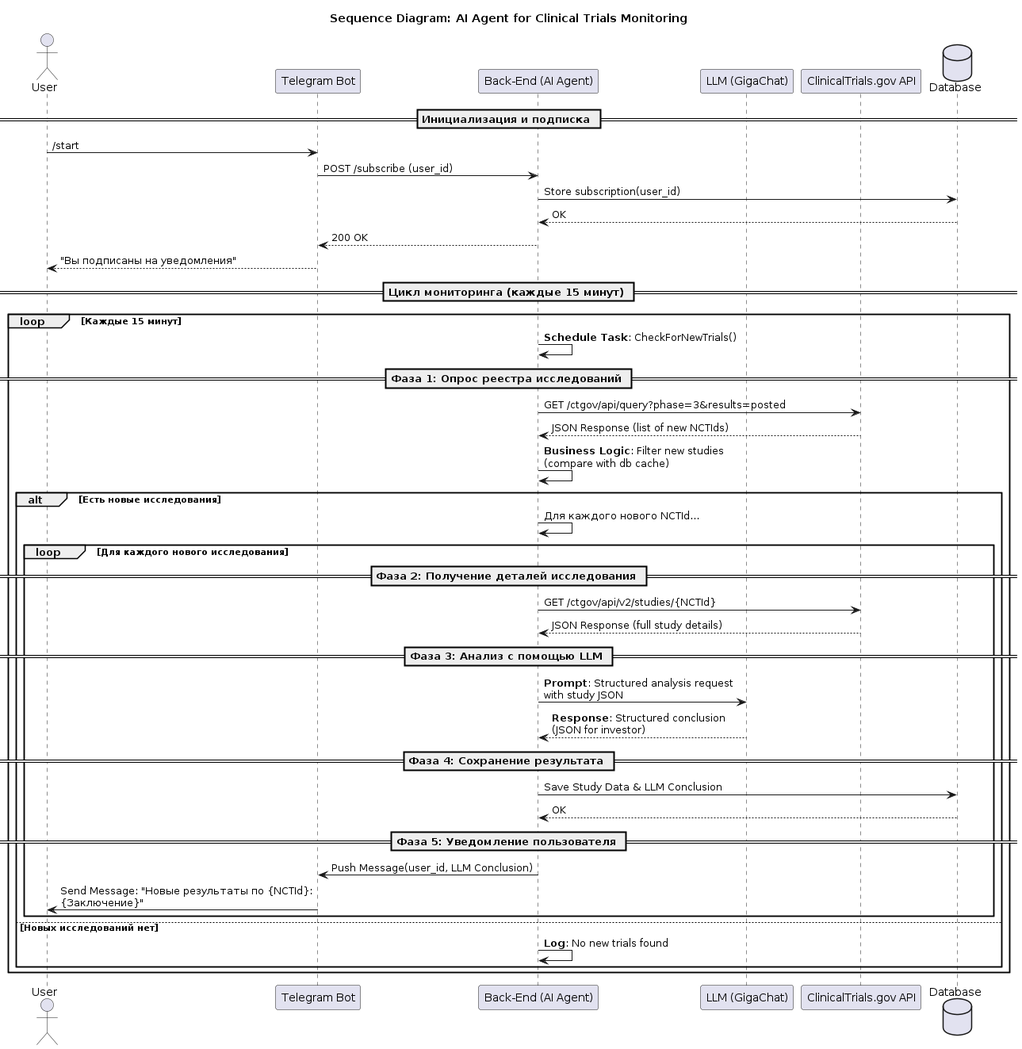
Earlier version of the PlantUML export Волчугин_Денис/sequence_CT_gov_agent.png (patolog123/Analyst-3.0). Its diagram source:
```plantuml
@startuml
title Sequence Diagram: AI Agent for Clinical Trials Monitoring
actor User as user
participant "Telegram Bot" as bot
participant "Back-End (AI Agent)" as backend
participant "LLM (GigaChat)" as llm
participant "ClinicalTrials.gov API" as ct_api
database "Database" as db

== Инициализация и подписка ==

user -> bot: /start
bot -> backend: POST /subscribe (user_id)
backend -> db: Store subscription(user_id)
db --> backend: OK
backend --> bot: 200 OK
bot --> user: "Вы подписаны на уведомления"

== Цикл мониторинга (каждые 15 минут) ==

loop Каждые 15 минут
    backend -> backend: **Schedule Task**: CheckForNewTrials()

    == Фаза 1: Опрос реестра исследований ==

    backend -> ct_api: GET /ctgov/api/query?phase=3&results=posted
    ct_api --> backend: JSON Response (list of new NCTIds)

    backend -> backend: **Business Logic**: Filter new studies\n(compare with db cache)

    alt Есть новые исследования
        backend -> backend: Для каждого нового NCTId...

        loop Для каждого нового исследования
            == Фаза 2: Получение деталей исследования ==
            backend -> ct_api: GET /ctgov/api/v2/studies/{NCTId}
            ct_api --> backend: JSON Response (full study details)

            == Фаза 3: Анализ с помощью LLM ==
            backend -> llm: **Prompt**: Structured analysis request\nwith study JSON
            llm --> backend: **Response**: Structured conclusion\n(JSON for investor)

            == Фаза 4: Сохранение результата ==
            backend -> db: Save Study Data & LLM Conclusion
            db --> backend: OK

            == Фаза 5: Уведомление пользователя ==
            backend -> bot: Push Message(user_id, LLM Conclusion)
            bot -> user: Send Message: "Новые результаты по {NCTId}:\n{Заключение}"
        end

    else Новых исследований нет
        backend -> backend: **Log**: No new trials found
    end

end

@enduml
```
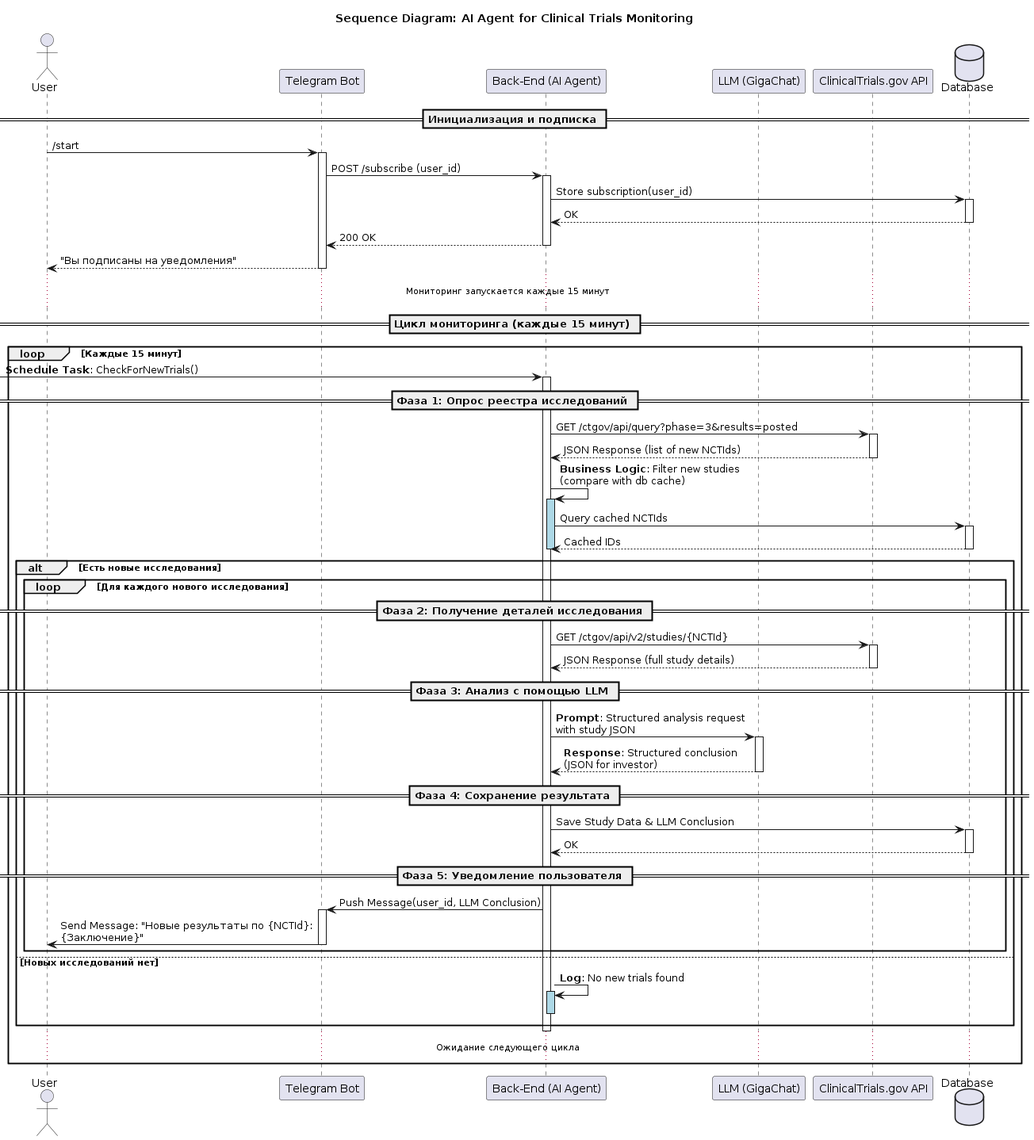
After the change.

Commit message:
volchugin: seq diag minor fixins

Diff of the diagram source:
```diff
@@ -10,49 +10,81 @@
 == Инициализация и подписка ==
 
 user -> bot: /start
+activate bot
+
 bot -> backend: POST /subscribe (user_id)
+activate backend
+
 backend -> db: Store subscription(user_id)
+activate db
 db --> backend: OK
+deactivate db
+
 backend --> bot: 200 OK
+deactivate backend
+
 bot --> user: "Вы подписаны на уведомления"
+deactivate bot
+
+... Мониторинг запускается каждые 15 минут ...
 
 == Цикл мониторинга (каждые 15 минут) ==
 
 loop Каждые 15 минут
-    backend -> backend: **Schedule Task**: CheckForNewTrials()
+    -> backend: **Schedule Task**: CheckForNewTrials()
+    activate backend
 
     == Фаза 1: Опрос реестра исследований ==
 
     backend -> ct_api: GET /ctgov/api/query?phase=3&results=posted
+    activate ct_api
     ct_api --> backend: JSON Response (list of new NCTIds)
+    deactivate ct_api
 
     backend -> backend: **Business Logic**: Filter new studies\n(compare with db cache)
+    activate backend #lightblue
+        backend -> db: Query cached NCTIds
+        activate db
+        db --> backend: Cached IDs
+        deactivate db
+    deactivate backend
 
     alt Есть новые исследования
-        backend -> backend: Для каждого нового NCTId...
 
         loop Для каждого нового исследования
             == Фаза 2: Получение деталей исследования ==
             backend -> ct_api: GET /ctgov/api/v2/studies/{NCTId}
+            activate ct_api
             ct_api --> backend: JSON Response (full study details)
+            deactivate ct_api
 
             == Фаза 3: Анализ с помощью LLM ==
             backend -> llm: **Prompt**: Structured analysis request\nwith study JSON
+            activate llm
             llm --> backend: **Response**: Structured conclusion\n(JSON for investor)
+            deactivate llm
 
             == Фаза 4: Сохранение результата ==
             backend -> db: Save Study Data & LLM Conclusion
+            activate db
             db --> backend: OK
+            deactivate db
 
             == Фаза 5: Уведомление пользователя ==
             backend -> bot: Push Message(user_id, LLM Conclusion)
+            activate bot
             bot -> user: Send Message: "Новые результаты по {NCTId}:\n{Заключение}"
+            deactivate bot
         end
 
     else Новых исследований нет
         backend -> backend: **Log**: No new trials found
+        activate backend #lightblue
+        deactivate backend
     end
 
+    deactivate backend
+    ... Ожидание следующего цикла ...
 end
 
 @enduml
```
